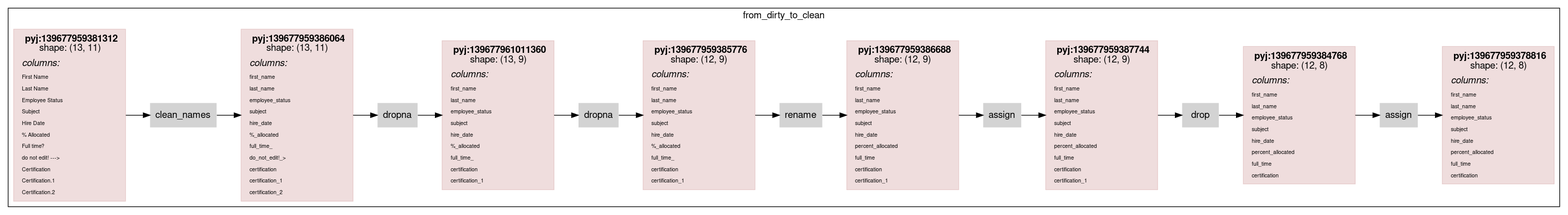
This is scripts/rdflog/dirty-clean-w-cmp.ttl.dot.png from asmirnov69/pyjviz-poc, a Graphviz export, as it was before one commit. Its source is kept beside it as scripts/rdflog/dirty-clean-w-cmp.ttl.dot. Its diagram source:
```dot
    digraph G {
    rankdir = "LR"
    fontname="Helvetica,Arial,sans-serif"
    node [
      style=filled
      shape=rect
      pencolor="#00000044" // frames color
      fontname="Helvetica,Arial,sans-serif"
      shape=plaintext
    ]
    edge [fontname="Helvetica,Arial,sans-serif"]

node0_0 [
                color="#88000022"
                shape = rect
                label = <<table border="0" cellborder="0" cellspacing="0" cellpadding="4">
                         <tr> <td> <b>pyj:139677959381312</b><br/>shape: (13, 11)</td> </tr>
                         <tr> <td align="left"><i>columns:</i><br align="left"/></td></tr>
                <tr><td align="left"><FONT POINT-SIZE="8px">First Name</FONT></td></tr>
<tr><td align="left"><FONT POINT-SIZE="8px">Last Name</FONT></td></tr>
<tr><td align="left"><FONT POINT-SIZE="8px">Employee Status</FONT></td></tr>
<tr><td align="left"><FONT POINT-SIZE="8px">Subject</FONT></td></tr>
<tr><td align="left"><FONT POINT-SIZE="8px">Hire Date</FONT></td></tr>
<tr><td align="left"><FONT POINT-SIZE="8px">% Allocated</FONT></td></tr>
<tr><td align="left"><FONT POINT-SIZE="8px">Full time?</FONT></td></tr>
<tr><td align="left"><FONT POINT-SIZE="8px">do not edit! ---&gt;</FONT></td></tr>
<tr><td align="left"><FONT POINT-SIZE="8px">Certification</FONT></td></tr>
<tr><td align="left"><FONT POINT-SIZE="8px">Certification.1</FONT></td></tr>
<tr><td align="left"><FONT POINT-SIZE="8px">Certification.2</FONT></td></tr>
                         </table>>
                ];
node0_1 [
                color="#88000022"
                shape = rect
                label = <<table border="0" cellborder="0" cellspacing="0" cellpadding="4">
                         <tr> <td> <b>pyj:139677959386064</b><br/>shape: (13, 11)</td> </tr>
                         <tr> <td align="left"><i>columns:</i><br align="left"/></td></tr>
                <tr><td align="left"><FONT POINT-SIZE="8px">first_name</FONT></td></tr>
<tr><td align="left"><FONT POINT-SIZE="8px">last_name</FONT></td></tr>
<tr><td align="left"><FONT POINT-SIZE="8px">employee_status</FONT></td></tr>
<tr><td align="left"><FONT POINT-SIZE="8px">subject</FONT></td></tr>
<tr><td align="left"><FONT POINT-SIZE="8px">hire_date</FONT></td></tr>
<tr><td align="left"><FONT POINT-SIZE="8px">%_allocated</FONT></td></tr>
<tr><td align="left"><FONT POINT-SIZE="8px">full_time_</FONT></td></tr>
<tr><td align="left"><FONT POINT-SIZE="8px">do_not_edit!_&gt;</FONT></td></tr>
<tr><td align="left"><FONT POINT-SIZE="8px">certification</FONT></td></tr>
<tr><td align="left"><FONT POINT-SIZE="8px">certification_1</FONT></td></tr>
<tr><td align="left"><FONT POINT-SIZE="8px">certification_2</FONT></td></tr>
                         </table>>
                ];
node0_2 [
                color="#88000022"
                shape = rect
                label = <<table border="0" cellborder="0" cellspacing="0" cellpadding="4">
                         <tr> <td> <b>pyj:139677961011360</b><br/>shape: (13, 9)</td> </tr>
                         <tr> <td align="left"><i>columns:</i><br align="left"/></td></tr>
                <tr><td align="left"><FONT POINT-SIZE="8px">first_name</FONT></td></tr>
<tr><td align="left"><FONT POINT-SIZE="8px">last_name</FONT></td></tr>
<tr><td align="left"><FONT POINT-SIZE="8px">employee_status</FONT></td></tr>
<tr><td align="left"><FONT POINT-SIZE="8px">subject</FONT></td></tr>
<tr><td align="left"><FONT POINT-SIZE="8px">hire_date</FONT></td></tr>
<tr><td align="left"><FONT POINT-SIZE="8px">%_allocated</FONT></td></tr>
<tr><td align="left"><FONT POINT-SIZE="8px">full_time_</FONT></td></tr>
<tr><td align="left"><FONT POINT-SIZE="8px">certification</FONT></td></tr>
<tr><td align="left"><FONT POINT-SIZE="8px">certification_1</FONT></td></tr>
                         </table>>
                ];
node0_3 [
                color="#88000022"
                shape = rect
                label = <<table border="0" cellborder="0" cellspacing="0" cellpadding="4">
                         <tr> <td> <b>pyj:139677959385776</b><br/>shape: (12, 9)</td> </tr>
                         <tr> <td align="left"><i>columns:</i><br align="left"/></td></tr>
                <tr><td align="left"><FONT POINT-SIZE="8px">first_name</FONT></td></tr>
<tr><td align="left"><FONT POINT-SIZE="8px">last_name</FONT></td></tr>
<tr><td align="left"><FONT POINT-SIZE="8px">employee_status</FONT></td></tr>
<tr><td align="left"><FONT POINT-SIZE="8px">subject</FONT></td></tr>
<tr><td align="left"><FONT POINT-SIZE="8px">hire_date</FONT></td></tr>
<tr><td align="left"><FONT POINT-SIZE="8px">%_allocated</FONT></td></tr>
<tr><td align="left"><FONT POINT-SIZE="8px">full_time_</FONT></td></tr>
<tr><td align="left"><FONT POINT-SIZE="8px">certification</FONT></td></tr>
<tr><td align="left"><FONT POINT-SIZE="8px">certification_1</FONT></td></tr>
                         </table>>
                ];
node0_4 [
                color="#88000022"
                shape = rect
                label = <<table border="0" cellborder="0" cellspacing="0" cellpadding="4">
                         <tr> <td> <b>pyj:139677959386688</b><br/>shape: (12, 9)</td> </tr>
                         <tr> <td align="left"><i>columns:</i><br align="left"/></td></tr>
                <tr><td align="left"><FONT POINT-SIZE="8px">first_name</FONT></td></tr>
<tr><td align="left"><FONT POINT-SIZE="8px">last_name</FONT></td></tr>
<tr><td align="left"><FONT POINT-SIZE="8px">employee_status</FONT></td></tr>
<tr><td align="left"><FONT POINT-SIZE="8px">subject</FONT></td></tr>
<tr><td align="left"><FONT POINT-SIZE="8px">hire_date</FONT></td></tr>
<tr><td align="left"><FONT POINT-SIZE="8px">percent_allocated</FONT></td></tr>
<tr><td align="left"><FONT POINT-SIZE="8px">full_time</FONT></td></tr>
<tr><td align="left"><FONT POINT-SIZE="8px">certification</FONT></td></tr>
<tr><td align="left"><FONT POINT-SIZE="8px">certification_1</FONT></td></tr>
                         </table>>
                ];
node0_5 [
                color="#88000022"
                shape = rect
                label = <<table border="0" cellborder="0" cellspacing="0" cellpadding="4">
                         <tr> <td> <b>pyj:139677959387744</b><br/>shape: (12, 9)</td> </tr>
                         <tr> <td align="left"><i>columns:</i><br align="left"/></td></tr>
                <tr><td align="left"><FONT POINT-SIZE="8px">first_name</FONT></td></tr>
<tr><td align="left"><FONT POINT-SIZE="8px">last_name</FONT></td></tr>
<tr><td align="left"><FONT POINT-SIZE="8px">employee_status</FONT></td></tr>
<tr><td align="left"><FONT POINT-SIZE="8px">subject</FONT></td></tr>
<tr><td align="left"><FONT POINT-SIZE="8px">hire_date</FONT></td></tr>
<tr><td align="left"><FONT POINT-SIZE="8px">percent_allocated</FONT></td></tr>
<tr><td align="left"><FONT POINT-SIZE="8px">full_time</FONT></td></tr>
<tr><td align="left"><FONT POINT-SIZE="8px">certification</FONT></td></tr>
<tr><td align="left"><FONT POINT-SIZE="8px">certification_1</FONT></td></tr>
                         </table>>
                ];
node0_6 [
                color="#88000022"
                shape = rect
                label = <<table border="0" cellborder="0" cellspacing="0" cellpadding="4">
                         <tr> <td> <b>pyj:139677959384768</b><br/>shape: (12, 8)</td> </tr>
                         <tr> <td align="left"><i>columns:</i><br align="left"/></td></tr>
                <tr><td align="left"><FONT POINT-SIZE="8px">first_name</FONT></td></tr>
<tr><td align="left"><FONT POINT-SIZE="8px">last_name</FONT></td></tr>
<tr><td align="left"><FONT POINT-SIZE="8px">employee_status</FONT></td></tr>
<tr><td align="left"><FONT POINT-SIZE="8px">subject</FONT></td></tr>
<tr><td align="left"><FONT POINT-SIZE="8px">hire_date</FONT></td></tr>
<tr><td align="left"><FONT POINT-SIZE="8px">percent_allocated</FONT></td></tr>
<tr><td align="left"><FONT POINT-SIZE="8px">full_time</FONT></td></tr>
<tr><td align="left"><FONT POINT-SIZE="8px">certification</FONT></td></tr>
                         </table>>
                ];
node0_7 [
                color="#88000022"
                shape = rect
                label = <<table border="0" cellborder="0" cellspacing="0" cellpadding="4">
                         <tr> <td> <b>pyj:139677959378816</b><br/>shape: (12, 8)</td> </tr>
                         <tr> <td align="left"><i>columns:</i><br align="left"/></td></tr>
                <tr><td align="left"><FONT POINT-SIZE="8px">first_name</FONT></td></tr>
<tr><td align="left"><FONT POINT-SIZE="8px">last_name</FONT></td></tr>
<tr><td align="left"><FONT POINT-SIZE="8px">employee_status</FONT></td></tr>
<tr><td align="left"><FONT POINT-SIZE="8px">subject</FONT></td></tr>
<tr><td align="left"><FONT POINT-SIZE="8px">hire_date</FONT></td></tr>
<tr><td align="left"><FONT POINT-SIZE="8px">percent_allocated</FONT></td></tr>
<tr><td align="left"><FONT POINT-SIZE="8px">full_time</FONT></td></tr>
<tr><td align="left"><FONT POINT-SIZE="8px">certification</FONT></td></tr>
                         </table>>
                ];
node0_8 [ label = "clean_names" ];
node0_9 [ label = "dropna" ];
node0_10 [ label = "dropna" ];
node0_11 [ label = "rename" ];
node0_12 [ label = "assign" ];
node0_13 [ label = "drop" ];
node0_14 [ label = "assign" ];
subgraph cluster_0 {
label = "from_dirty_to_clean";
node0_0 -> node0_8;
node0_1 -> node0_9;
node0_2 -> node0_10;
node0_3 -> node0_11;
node0_4 -> node0_12;
node0_5 -> node0_13;
node0_6 -> node0_14;
node0_8 -> node0_1;
node0_9 -> node0_2;
node0_10 -> node0_3;
node0_11 -> node0_4;
node0_12 -> node0_5;
node0_13 -> node0_6;
node0_14 -> node0_7;
}
}
```
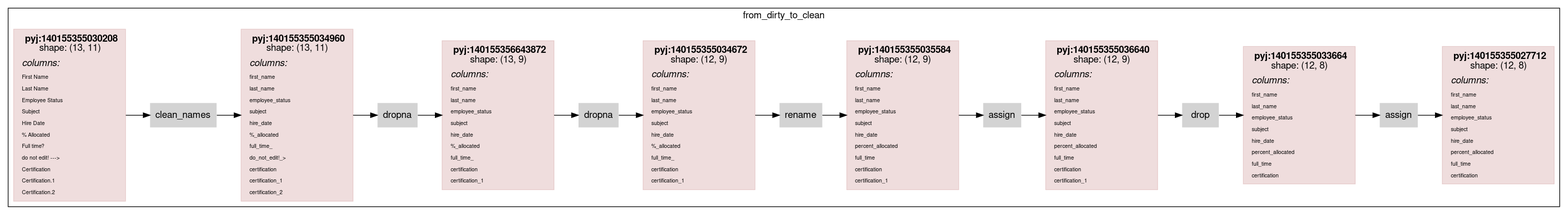
The same file after the commit.

Diff of the diagram source:
```diff
@@ -14,7 +14,7 @@
                 color="#88000022"
                 shape = rect
                 label = <<table border="0" cellborder="0" cellspacing="0" cellpadding="4">
-                         <tr> <td> <b>pyj:139677959381312</b><br/>shape: (13, 11)</td> </tr>
+                         <tr> <td> <b>pyj:140155355030208</b><br/>shape: (13, 11)</td> </tr>
                          <tr> <td align="left"><i>columns:</i><br align="left"/></td></tr>
                 <tr><td align="left"><FONT POINT-SIZE="8px">First Name</FONT></td></tr>
 <tr><td align="left"><FONT POINT-SIZE="8px">Last Name</FONT></td></tr>
@@ -33,7 +33,7 @@
                 color="#88000022"
                 shape = rect
                 label = <<table border="0" cellborder="0" cellspacing="0" cellpadding="4">
-                         <tr> <td> <b>pyj:139677959386064</b><br/>shape: (13, 11)</td> </tr>
+                         <tr> <td> <b>pyj:140155355034960</b><br/>shape: (13, 11)</td> </tr>
                          <tr> <td align="left"><i>columns:</i><br align="left"/></td></tr>
                 <tr><td align="left"><FONT POINT-SIZE="8px">first_name</FONT></td></tr>
 <tr><td align="left"><FONT POINT-SIZE="8px">last_name</FONT></td></tr>
@@ -52,7 +52,7 @@
                 color="#88000022"
                 shape = rect
                 label = <<table border="0" cellborder="0" cellspacing="0" cellpadding="4">
-                         <tr> <td> <b>pyj:139677961011360</b><br/>shape: (13, 9)</td> </tr>
+                         <tr> <td> <b>pyj:140155356643872</b><br/>shape: (13, 9)</td> </tr>
                          <tr> <td align="left"><i>columns:</i><br align="left"/></td></tr>
                 <tr><td align="left"><FONT POINT-SIZE="8px">first_name</FONT></td></tr>
 <tr><td align="left"><FONT POINT-SIZE="8px">last_name</FONT></td></tr>
@@ -69,7 +69,7 @@
                 color="#88000022"
                 shape = rect
                 label = <<table border="0" cellborder="0" cellspacing="0" cellpadding="4">
-                         <tr> <td> <b>pyj:139677959385776</b><br/>shape: (12, 9)</td> </tr>
+                         <tr> <td> <b>pyj:140155355034672</b><br/>shape: (12, 9)</td> </tr>
                          <tr> <td align="left"><i>columns:</i><br align="left"/></td></tr>
                 <tr><td align="left"><FONT POINT-SIZE="8px">first_name</FONT></td></tr>
 <tr><td align="left"><FONT POINT-SIZE="8px">last_name</FONT></td></tr>
@@ -86,7 +86,7 @@
                 color="#88000022"
                 shape = rect
                 label = <<table border="0" cellborder="0" cellspacing="0" cellpadding="4">
-                         <tr> <td> <b>pyj:139677959386688</b><br/>shape: (12, 9)</td> </tr>
+                         <tr> <td> <b>pyj:140155355035584</b><br/>shape: (12, 9)</td> </tr>
                          <tr> <td align="left"><i>columns:</i><br align="left"/></td></tr>
                 <tr><td align="left"><FONT POINT-SIZE="8px">first_name</FONT></td></tr>
 <tr><td align="left"><FONT POINT-SIZE="8px">last_name</FONT></td></tr>
@@ -103,7 +103,7 @@
                 color="#88000022"
                 shape = rect
                 label = <<table border="0" cellborder="0" cellspacing="0" cellpadding="4">
-                         <tr> <td> <b>pyj:139677959387744</b><br/>shape: (12, 9)</td> </tr>
+                         <tr> <td> <b>pyj:140155355036640</b><br/>shape: (12, 9)</td> </tr>
                          <tr> <td align="left"><i>columns:</i><br align="left"/></td></tr>
                 <tr><td align="left"><FONT POINT-SIZE="8px">first_name</FONT></td></tr>
 <tr><td align="left"><FONT POINT-SIZE="8px">last_name</FONT></td></tr>
@@ -120,7 +120,7 @@
                 color="#88000022"
                 shape = rect
                 label = <<table border="0" cellborder="0" cellspacing="0" cellpadding="4">
-                         <tr> <td> <b>pyj:139677959384768</b><br/>shape: (12, 8)</td> </tr>
+                         <tr> <td> <b>pyj:140155355033664</b><br/>shape: (12, 8)</td> </tr>
                          <tr> <td align="left"><i>columns:</i><br align="left"/></td></tr>
                 <tr><td align="left"><FONT POINT-SIZE="8px">first_name</FONT></td></tr>
 <tr><td align="left"><FONT POINT-SIZE="8px">last_name</FONT></td></tr>
@@ -136,7 +136,7 @@
                 color="#88000022"
                 shape = rect
                 label = <<table border="0" cellborder="0" cellspacing="0" cellpadding="4">
-                         <tr> <td> <b>pyj:139677959378816</b><br/>shape: (12, 8)</td> </tr>
+                         <tr> <td> <b>pyj:140155355027712</b><br/>shape: (12, 8)</td> </tr>
                          <tr> <td align="left"><i>columns:</i><br align="left"/></td></tr>
                 <tr><td align="left"><FONT POINT-SIZE="8px">first_name</FONT></td></tr>
 <tr><td align="left"><FONT POINT-SIZE="8px">last_name</FONT></td></tr>
```
